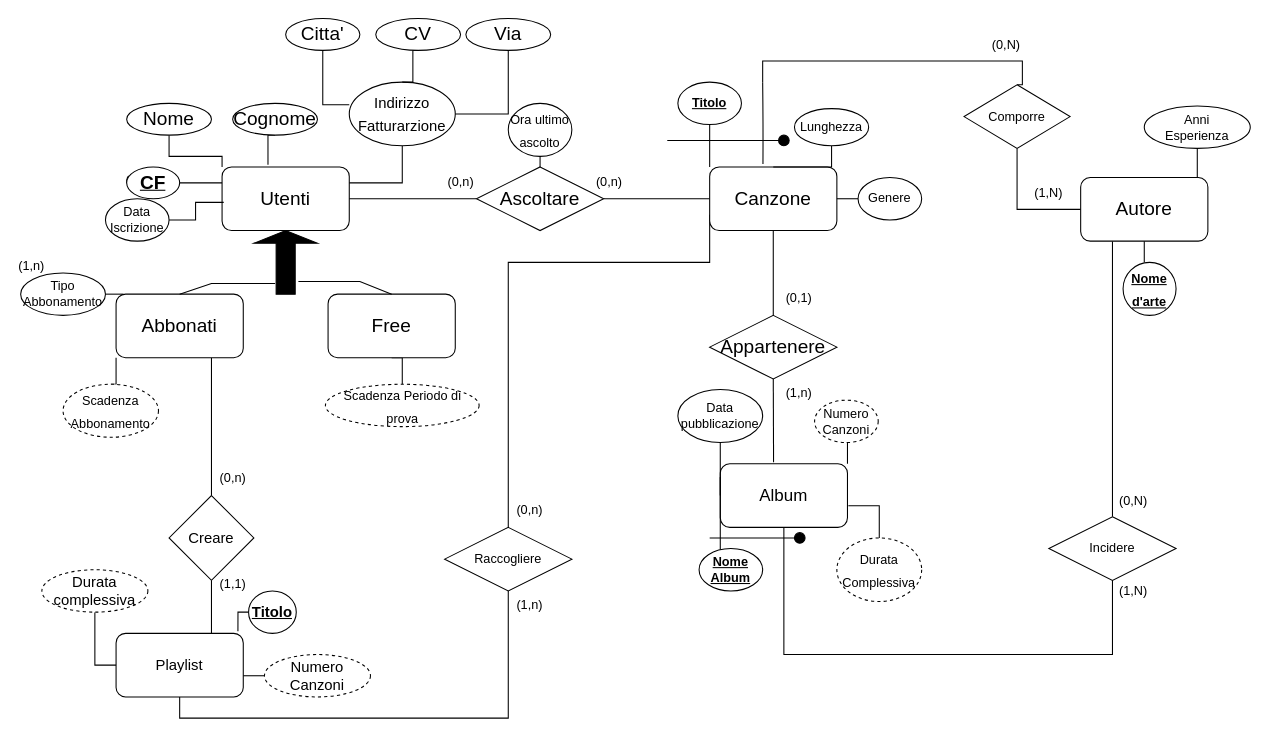
Before: BasiDiDati/Progetto/DiagrammaER.drawio in Ariethel/Uni, a draw.io diagram. Source tidied: cells renumbered, new cells numbered last; positions are measured from the earlier drawing's top-left corner, leaving out a move shared by most shapes. Both pictures are drawn from the tidied source at 106%, with x=0, y=0 at pixel (20, 18).
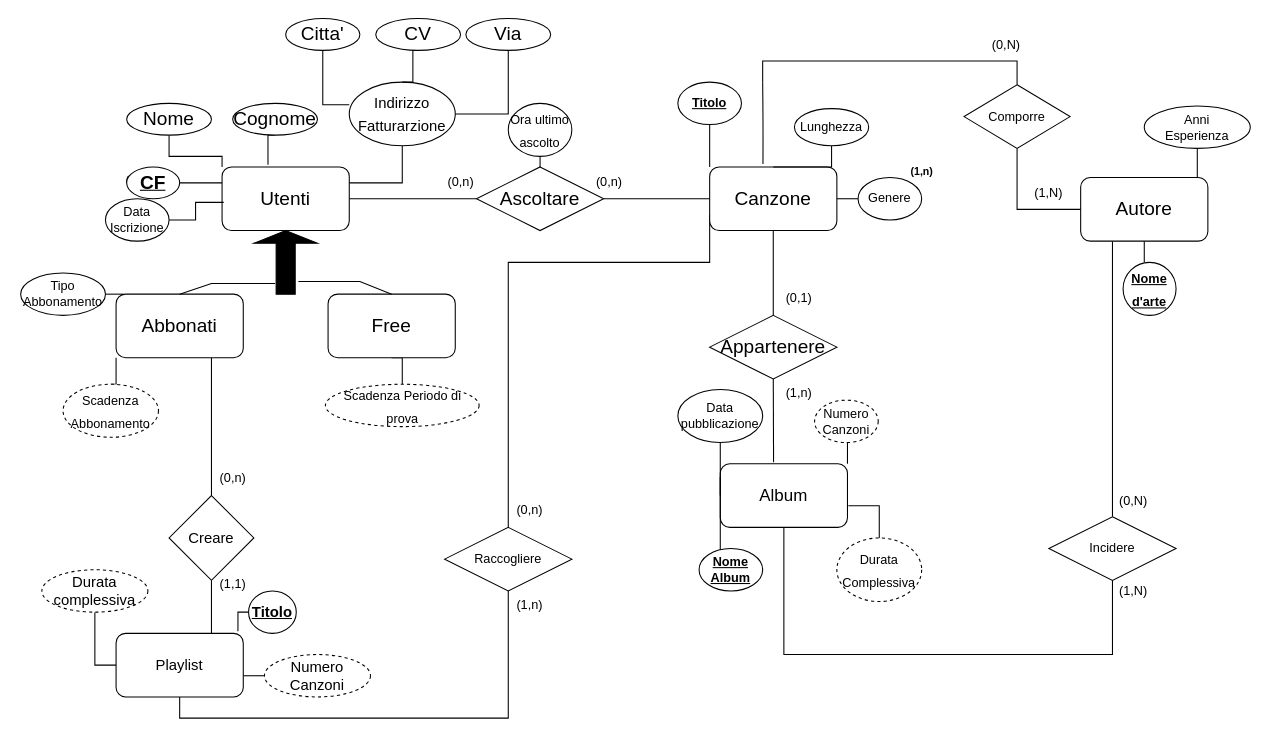
The same page after the edit.

Commit message (it also covers changes not shown here):
Schema Relazionale

The change refers to these unchanged cells:
```xml
<mxCell id="81" value="Comporre" style="shape=rhombus;perimeter=rhombusPerimeter;whiteSpace=wrap;html=1;align=center;fontSize=12;" parent="1" vertex="1">
  <mxGeometry x="890" y="62.5" width="100" height="60" as="geometry" />
</mxCell>
```

Change to the diagram source:
```diff
@@
     <mxCell id="37" style="edgeStyle=orthogonalEdgeStyle;rounded=0;jettySize=auto;html=1;endArrow=none;endFill=0;entryX=0.5;entryY=0;entryDx=0;entryDy=0;" parent="1" edge="1" target="81">
       <mxGeometry relative="1" as="geometry">
         <mxPoint x="700" y="60" as="sourcePoint" />
         <Array as="points">
           <mxPoint x="700" y="40" />
-          <mxPoint x="945" y="40" />
+          <mxPoint x="940" y="40" />
         </Array>
       </mxGeometry>
     </mxCell>
@@
-    <mxCell id="82" style="curved=1;endArrow=none;html=1;rounded=0;fontSize=12;endFill=0;" parent="1" edge="1">
-      <mxGeometry relative="1" as="geometry">
-        <mxPoint x="610" y="115" as="sourcePoint" />
-        <mxPoint x="720" y="115" as="targetPoint" />
-        <Array as="points">
-          <mxPoint x="660" y="115" />
-        </Array>
-      </mxGeometry>
-    </mxCell>
-    <mxCell id="83" style="ellipse;whiteSpace=wrap;html=1;fontSize=12;fillColor=#000000;" parent="1" vertex="1">
-      <mxGeometry x="715" y="110" width="10" height="10" as="geometry" />
-    </mxCell>
@@
-    <mxCell id="86" style="curved=1;endArrow=none;html=1;rounded=0;fontSize=12;endFill=0;" parent="1" edge="1">
-      <mxGeometry relative="1" as="geometry">
-        <mxPoint x="650" y="490" as="sourcePoint" />
-        <mxPoint x="730" y="490" as="targetPoint" />
-        <Array as="points">
-          <mxPoint x="679" y="490" />
-          <mxPoint x="700" y="490" />
-        </Array>
-      </mxGeometry>
-    </mxCell>
-    <mxCell id="87" style="ellipse;whiteSpace=wrap;html=1;fontSize=12;fillColor=#000000;" parent="1" vertex="1">
-      <mxGeometry x="730" y="485" width="10" height="10" as="geometry" />
-    </mxCell>
@@
-    <mxCell id="96" value="&lt;span style=&quot;font-weight: normal&quot;&gt;&lt;font style=&quot;font-size: 12px&quot;&gt;(1,n)&lt;/font&gt;&lt;/span&gt;" style="text;strokeColor=none;fillColor=none;html=1;fontSize=24;fontStyle=1;verticalAlign=middle;align=center;" parent="1" vertex="1">
-      <mxGeometry y="225" width="20" height="10" as="geometry" />
+    <mxCell id="96" value="&lt;font style=&quot;font-size: 10px&quot;&gt;(1,n)&lt;/font&gt;" style="text;strokeColor=none;fillColor=none;html=1;fontSize=24;fontStyle=1;verticalAlign=middle;align=center;dashed=1;" parent="1" vertex="1">
+      <mxGeometry x="830" y="130" width="40" height="20" as="geometry" />
     </mxCell>
```
